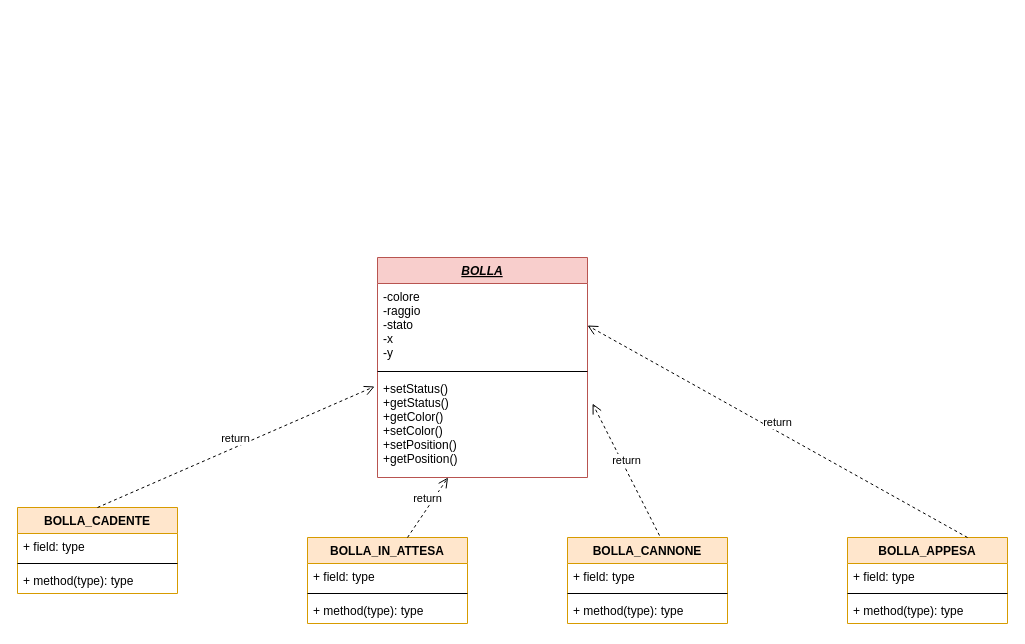
This is Untitled Diagram.drawio from elisasimoni/SpaccaBolle, a draw.io file, before an edit. Source tidied: cells renumbered, new cells numbered last; positions are measured from the earlier drawing's top-left corner, leaving out a move shared by most shapes. Both pictures are drawn from the tidied source at 100%, with x=0, y=0 at pixel (17, 257).
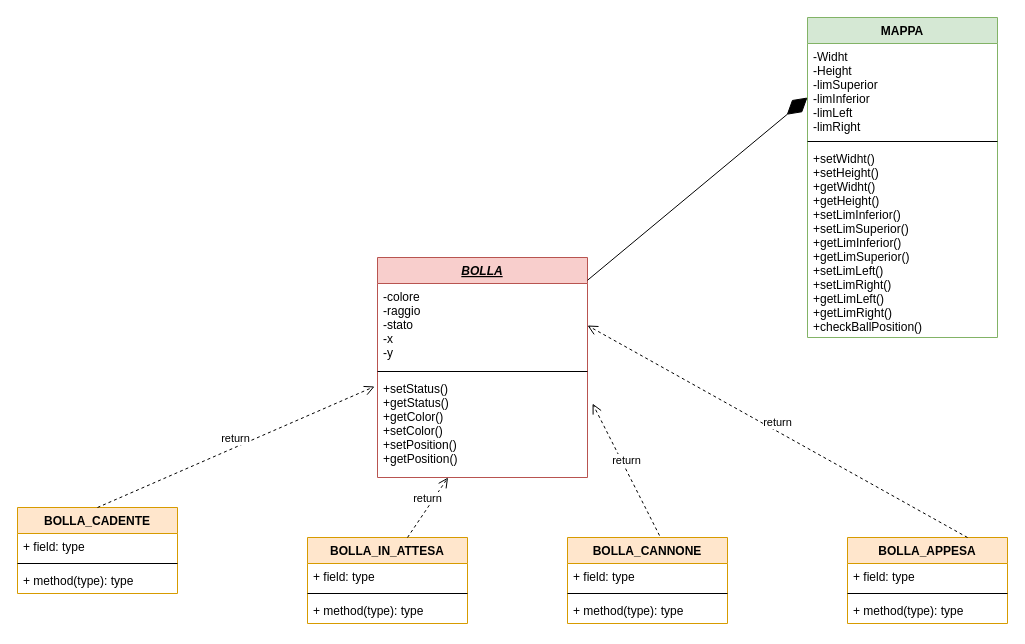
The same diagram, later.

Unchanged cells that the change refers to:
```xml
<mxCell id="2" value="BOLLA" style="swimlane;fontStyle=7;align=center;verticalAlign=top;horizontal=1;startSize=26;fillColor=#f8cecc;strokeColor=#b85450;" parent="1" vertex="1">
  <mxGeometry x="360" width="210" height="220" as="geometry" />
</mxCell>
```

Change to the diagram source:
```diff
@@
+    <mxCell id="26" value="MAPPA" style="swimlane;fontStyle=1;align=center;verticalAlign=top;horizontal=1;startSize=26;fillColor=#d5e8d4;strokeColor=#82b366;" parent="1" vertex="1">
+      <mxGeometry x="790" y="-240" width="190" height="320" as="geometry" />
+    </mxCell>
+    <mxCell id="27" value="-Widht&#10;-Height&#10;-limSuperior&#10;-limInferior&#10;-limLeft&#10;-limRight&#10;" style="text;strokeColor=none;fillColor=none;align=left;verticalAlign=top;spacingLeft=4;spacingRight=4;overflow=hidden;" parent="26" vertex="1">
+      <mxGeometry y="26" width="190" height="94" as="geometry" />
+    </mxCell>
+    <mxCell id="28" style="line;strokeWidth=1;fillColor=none;align=left;verticalAlign=middle;spacingTop=-1;spacingLeft=3;spacingRight=3;labelPosition=right;" parent="26" vertex="1">
+      <mxGeometry y="120" width="190" height="8" as="geometry" />
+    </mxCell>
+    <mxCell id="29" value="+setWidht()&#10;+setHeight()&#10;+getWidht()&#10;+getHeight()&#10;+setLimInferior()&#10;+setLimSuperior()&#10;+getLimInferior()&#10;+getLimSuperior()&#10;+setLimLeft()&#10;+setLimRight()&#10;+getLimLeft()&#10;+getLimRight()&#10;+checkBallPosition()&#10;&#10;&#10;" style="text;strokeColor=none;fillColor=none;align=left;verticalAlign=top;spacingLeft=4;spacingRight=4;overflow=hidden;" parent="26" vertex="1">
+      <mxGeometry y="128" width="190" height="192" as="geometry" />
+    </mxCell>
+    <mxCell id="30" style="endArrow=diamondThin;endFill=1;endSize=24;html=1;entryX=0;entryY=0.25;entryDx=0;entryDy=0;" parent="1" edge="1" source="2" target="26">
+      <mxGeometry relative="1" as="geometry" />
+    </mxCell>
```
